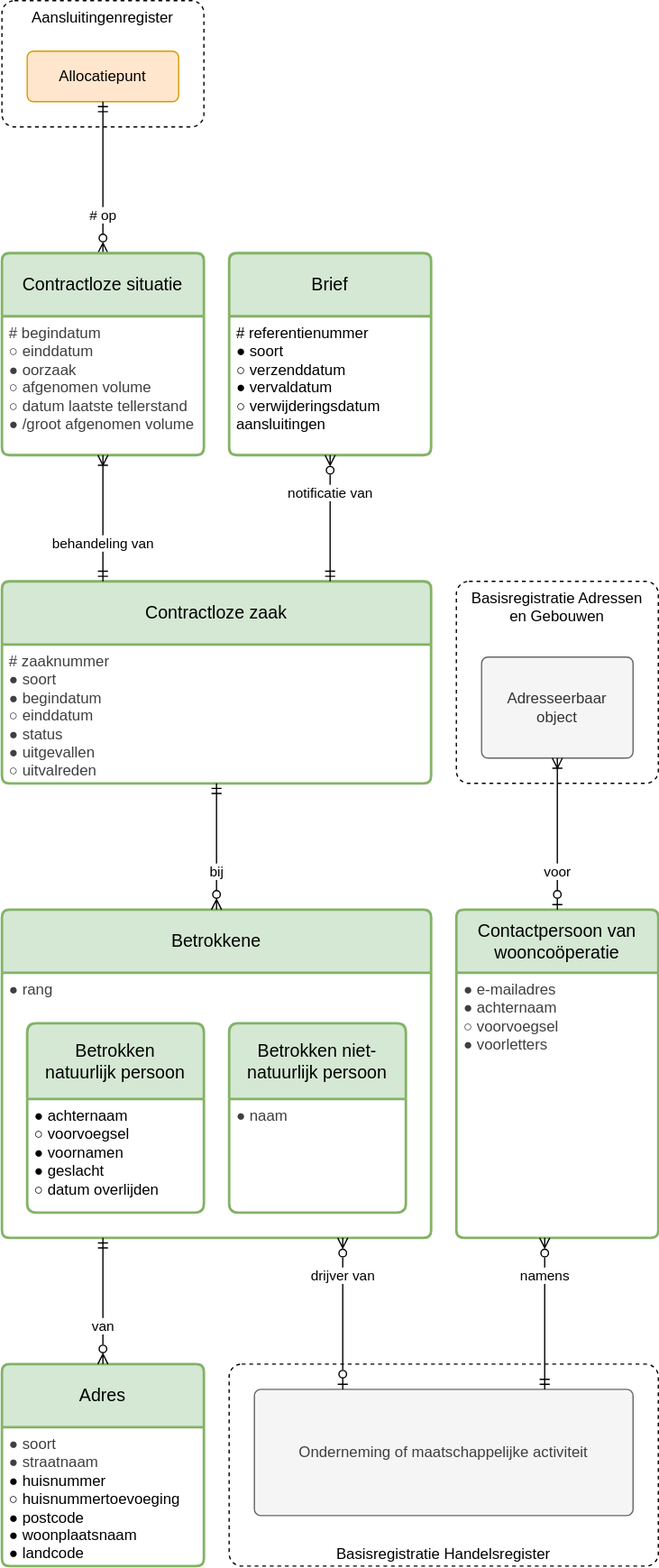
Netbeheer-Nederland/stelsel keeps this draw.io diagram as registers/contractloosregister/1.0/contractloosregister.drawio.svg. Above is the earlier version. Source tidied: cells renumbered, new cells last; positions are measured from the earlier drawing's top-left corner, leaving out a move shared by most shapes.
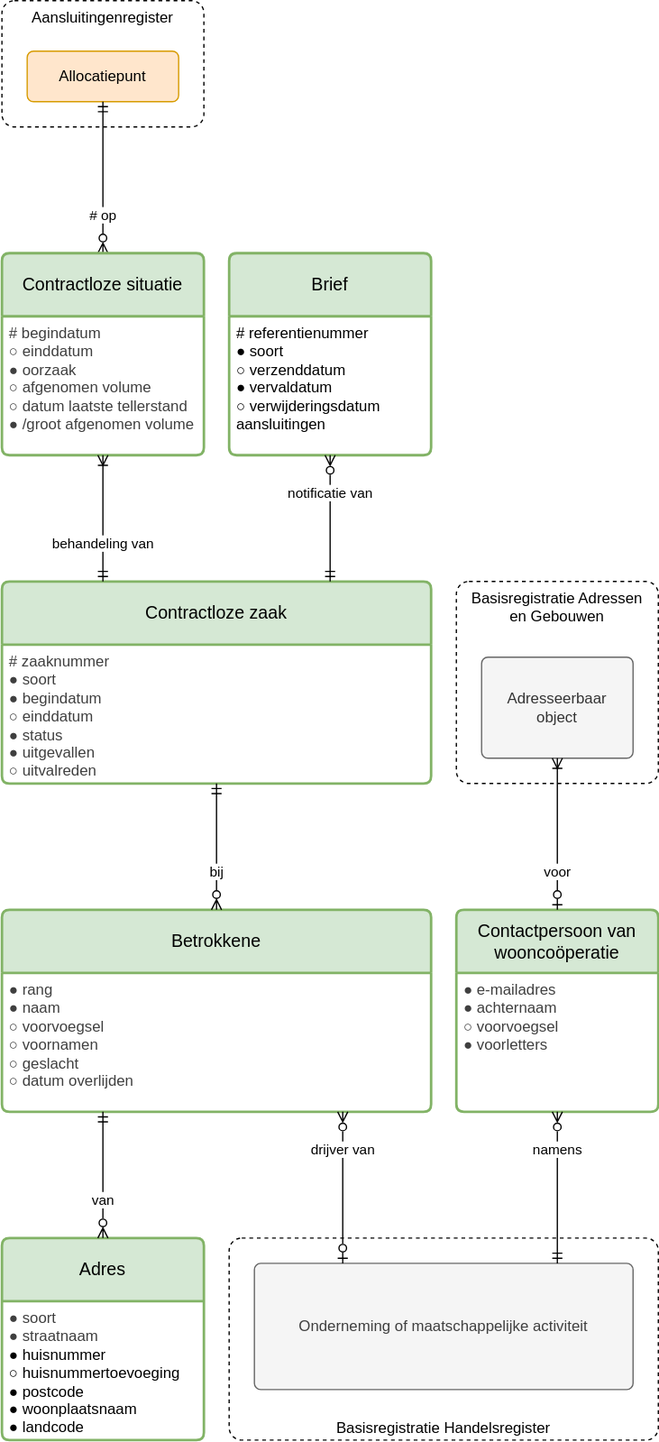
The same file after the commit.

Commit message:
vereenvoudiging contractloos

The edit, as a diff of the source:
```diff
@@ -30,16 +30,16 @@
       <mxGeometry x="-0.5" relative="1" as="geometry" />
     </mxCell>
     <mxCell id="11" value="Betrokkene" style="swimlane;horizontal=1;startSize=50;rounded=1;fontSize=14;fontStyle=0;strokeWidth=2;shadow=0;dashed=0;align=center;arcSize=4;whiteSpace=wrap;html=1;spacing=10;fillColor=#d5e8d4;strokeColor=#82b366;" parent="1" vertex="1">
-      <mxGeometry y="720" width="340" height="260" as="geometry" />
+      <mxGeometry y="720" width="340" height="160" as="geometry" />
     </mxCell>
-    <mxCell id="12" value="&lt;span style=&quot;color: rgb(63, 63, 63);&quot;&gt;● rang&lt;/span&gt;" style="align=left;strokeColor=none;fillColor=none;spacingLeft=4;fontSize=12;verticalAlign=top;html=1;" parent="11" vertex="1">
-      <mxGeometry y="50" width="340" height="210" as="geometry" />
+    <mxCell id="12" value="&lt;span style=&quot;color: rgb(63, 63, 63);&quot;&gt;● rang&lt;/span&gt;&lt;div&gt;&lt;span style=&quot;color: rgb(63, 63, 63);&quot;&gt;&lt;div style=&quot;color: rgb(63, 63, 63); scrollbar-color: rgb(226, 226, 226) rgb(251, 251, 251);&quot;&gt;&lt;font style=&quot;color: rgb(63, 63, 63); scrollbar-color: rgb(226, 226, 226) rgb(251, 251, 251);&quot;&gt;● naam&lt;/font&gt;&lt;/div&gt;&lt;div style=&quot;color: rgb(63, 63, 63); scrollbar-color: rgb(226, 226, 226) rgb(251, 251, 251);&quot;&gt;&lt;font style=&quot;color: rgb(63, 63, 63); scrollbar-color: rgb(226, 226, 226) rgb(251, 251, 251);&quot;&gt;○ voorvoegsel&lt;/font&gt;&lt;/div&gt;&lt;div style=&quot;color: rgb(63, 63, 63); scrollbar-color: rgb(226, 226, 226) rgb(251, 251, 251);&quot;&gt;&lt;span style=&quot;color: rgb(63, 63, 63); scrollbar-color: rgb(226, 226, 226) rgb(251, 251, 251); background-color: transparent;&quot;&gt;&lt;font style=&quot;color: rgb(63, 63, 63); scrollbar-color: rgb(226, 226, 226) rgb(251, 251, 251);&quot;&gt;&lt;span style=&quot;color: rgb(63, 63, 63); background-color: transparent;&quot;&gt;○&lt;/span&gt;&amp;nbsp;voornamen&lt;/font&gt;&lt;/span&gt;&lt;/div&gt;&lt;div style=&quot;color: rgb(63, 63, 63); scrollbar-color: rgb(226, 226, 226) rgb(251, 251, 251);&quot;&gt;&lt;font style=&quot;color: rgb(63, 63, 63); scrollbar-color: rgb(226, 226, 226) rgb(251, 251, 251);&quot;&gt;&lt;span style=&quot;color: rgb(63, 63, 63); background-color: transparent;&quot;&gt;○&lt;/span&gt;&amp;nbsp;geslacht&lt;/font&gt;&lt;/div&gt;&lt;div style=&quot;color: rgb(63, 63, 63); scrollbar-color: rgb(226, 226, 226) rgb(251, 251, 251);&quot;&gt;&lt;font style=&quot;color: rgb(63, 63, 63); scrollbar-color: rgb(226, 226, 226) rgb(251, 251, 251);&quot;&gt;○ datum overlijden&lt;/font&gt;&lt;/div&gt;&lt;/span&gt;&lt;/div&gt;" style="align=left;strokeColor=none;fillColor=none;spacingLeft=4;fontSize=12;verticalAlign=top;html=1;" parent="11" vertex="1">
+      <mxGeometry y="50" width="340" height="110" as="geometry" />
     </mxCell>
     <mxCell id="13" value="bij" style="endArrow=ERmandOne;html=1;edgeStyle=elbowEdgeStyle;endFill=0;startArrow=ERzeroToMany;startFill=0;align=center;fontColor=default;" parent="1" edge="1" source="11" target="3">
       <mxGeometry x="-0.4" relative="1" as="geometry" />
     </mxCell>
     <mxCell id="14" value="Adres" style="swimlane;horizontal=1;startSize=50;rounded=1;fontSize=14;fontStyle=0;strokeWidth=2;shadow=0;dashed=0;align=center;arcSize=4;whiteSpace=wrap;html=1;spacing=10;fillColor=#d5e8d4;strokeColor=#82b366;" parent="1" vertex="1">
-      <mxGeometry y="1080" width="160" height="160" as="geometry" />
+      <mxGeometry y="980" width="160" height="160" as="geometry" />
     </mxCell>
     <mxCell id="15" value="&lt;div&gt;&lt;span style=&quot;color: rgb(63, 63, 63); background-color: transparent;&quot;&gt;&lt;span style=&quot;color: rgb(63, 63, 63);&quot;&gt;● soort&lt;/span&gt;&lt;/span&gt;&lt;/div&gt;&lt;div&gt;&lt;span style=&quot;color: rgb(63, 63, 63); background-color: transparent;&quot;&gt;&lt;span style=&quot;color: rgb(63, 63, 63); background-color: transparent;&quot;&gt;●&lt;/span&gt;&amp;nbsp;straatnaam&lt;/span&gt;&lt;/div&gt;&lt;div&gt;&lt;font&gt;● huisnummer&lt;/font&gt;&lt;/div&gt;&lt;div&gt;&lt;font&gt;○ huisnummertoevoeging&lt;/font&gt;&lt;/div&gt;&lt;div&gt;&lt;font&gt;● postcode&lt;/font&gt;&lt;/div&gt;&lt;div&gt;&lt;font&gt;● woonplaatsnaam&lt;/font&gt;&lt;/div&gt;&lt;div&gt;&lt;font&gt;● landcode&lt;/font&gt;&lt;/div&gt;" style="align=left;strokeColor=none;fillColor=none;spacingLeft=4;fontSize=12;verticalAlign=top;html=1;" parent="14" vertex="1">
       <mxGeometry y="50" width="160" height="110" as="geometry" />
@@ -47,23 +47,11 @@
     <mxCell id="16" value="van" style="endArrow=ERmandOne;html=1;edgeStyle=elbowEdgeStyle;endFill=0;startArrow=ERzeroToMany;startFill=0;" parent="1" edge="1" source="14" target="11">
       <mxGeometry x="-0.4" relative="1" as="geometry" />
     </mxCell>
-    <mxCell id="17" value="Betrokken natuurlijk persoon" style="swimlane;horizontal=1;startSize=60;rounded=1;fontSize=14;fontStyle=0;strokeWidth=2;shadow=0;dashed=0;align=center;arcSize=4;whiteSpace=wrap;html=1;spacing=10;fillColor=#d5e8d4;strokeColor=#82b366;" parent="1" vertex="1">
-      <mxGeometry x="20" y="810" width="140" height="150" as="geometry" />
-    </mxCell>
-    <mxCell id="18" value="&lt;div&gt;&lt;font&gt;● achternaam&lt;/font&gt;&lt;/div&gt;&lt;div&gt;&lt;font&gt;○ voorvoegsel&lt;/font&gt;&lt;/div&gt;&lt;div&gt;&lt;span style=&quot;background-color: transparent;&quot;&gt;&lt;font&gt;● voornamen&lt;/font&gt;&lt;/span&gt;&lt;/div&gt;&lt;div&gt;&lt;font&gt;● geslacht&lt;/font&gt;&lt;/div&gt;&lt;div&gt;&lt;font&gt;○ datum overlijden&lt;/font&gt;&lt;/div&gt;" style="align=left;strokeColor=none;fillColor=none;spacingLeft=4;fontSize=12;verticalAlign=top;html=1;" parent="17" vertex="1">
-      <mxGeometry y="60" width="140" height="90" as="geometry" />
-    </mxCell>
-    <mxCell id="19" value="Betrokken niet-natuurlijk persoon" style="swimlane;horizontal=1;startSize=60;rounded=1;fontSize=14;fontStyle=0;strokeWidth=2;shadow=0;dashed=0;align=center;arcSize=4;whiteSpace=wrap;html=1;spacing=10;fillColor=#d5e8d4;strokeColor=#82b366;" parent="1" vertex="1">
-      <mxGeometry x="180" y="810" width="140" height="150" as="geometry" />
-    </mxCell>
-    <mxCell id="20" value="&lt;span style=&quot;color: rgb(63, 63, 63);&quot;&gt;● naam&lt;/span&gt;" style="align=left;strokeColor=none;fillColor=none;spacingLeft=4;fontSize=12;verticalAlign=top;html=1;" parent="19" vertex="1">
-      <mxGeometry y="60" width="140" height="90" as="geometry" />
-    </mxCell>
     <mxCell id="21" value="Basisregistratie Handelsregister" style="rounded=1;whiteSpace=wrap;html=1;absoluteArcSize=1;dashed=1;fillColor=default;verticalAlign=bottom;spacingLeft=10;spacingRight=10;" parent="1" vertex="1">
-      <mxGeometry x="180" y="1080" width="340" height="160" as="geometry" />
+      <mxGeometry x="180" y="980" width="340" height="160" as="geometry" />
     </mxCell>
     <mxCell id="22" value="&lt;div&gt;&lt;span style=&quot;color: rgb(63, 63, 63); background-color: transparent;&quot;&gt;Onderneming of maatschappelijke activiteit&lt;/span&gt;&lt;/div&gt;" style="rounded=1;arcSize=10;whiteSpace=wrap;html=1;align=center;absoluteArcSize=1;spacing=10;fillColor=#f5f5f5;strokeColor=#666666;fontColor=#333333;" parent="1" vertex="1">
-      <mxGeometry x="200" y="1100" width="300" height="100" as="geometry" />
+      <mxGeometry x="200" y="1000" width="300" height="100" as="geometry" />
     </mxCell>
     <mxCell id="23" value="drijver van" style="endArrow=ERzeroToOne;html=1;edgeStyle=elbowEdgeStyle;endFill=0;startArrow=ERzeroToMany;startFill=0;align=center;" parent="1" edge="1" source="11" target="22">
       <mxGeometry x="-0.5" relative="1" as="geometry" />
@@ -81,15 +69,15 @@
       <mxGeometry x="380" y="520" width="120" height="80" as="geometry" />
     </mxCell>
     <mxCell id="28" value="Contactpersoon van wooncoöperatie" style="swimlane;horizontal=1;startSize=50;rounded=1;fontSize=14;fontStyle=0;strokeWidth=2;shadow=0;dashed=0;align=center;arcSize=4;whiteSpace=wrap;html=1;spacing=10;fillColor=#d5e8d4;strokeColor=#82b366;" parent="1" vertex="1">
-      <mxGeometry x="360" y="720" width="160" height="260" as="geometry" />
+      <mxGeometry x="360" y="720" width="160" height="160" as="geometry" />
     </mxCell>
     <mxCell id="29" value="&lt;div style=&quot;color: rgb(63, 63, 63); scrollbar-color: rgb(226, 226, 226) rgb(251, 251, 251);&quot;&gt;&lt;span style=&quot;color: rgb(63, 63, 63);&quot;&gt;● e-mailadres&lt;/span&gt;&lt;/div&gt;&lt;div style=&quot;color: rgb(63, 63, 63); scrollbar-color: rgb(226, 226, 226) rgb(251, 251, 251);&quot;&gt;● achternaam&lt;/div&gt;&lt;div style=&quot;color: rgb(63, 63, 63); scrollbar-color: rgb(226, 226, 226) rgb(251, 251, 251);&quot;&gt;○ voorvoegsel&lt;/div&gt;&lt;div style=&quot;color: rgb(63, 63, 63); scrollbar-color: rgb(226, 226, 226) rgb(251, 251, 251);&quot;&gt;&lt;span style=&quot;color: rgb(63, 63, 63); background-color: transparent;&quot;&gt;●&lt;/span&gt;&amp;nbsp;voorletters&lt;/div&gt;" style="align=left;strokeColor=none;fillColor=none;spacingLeft=4;fontSize=12;verticalAlign=top;html=1;" parent="28" vertex="1">
-      <mxGeometry y="50" width="160" height="210" as="geometry" />
+      <mxGeometry y="50" width="160" height="110" as="geometry" />
     </mxCell>
     <mxCell id="30" value="voor" style="endArrow=ERoneToMany;html=1;edgeStyle=elbowEdgeStyle;endFill=0;startArrow=ERzeroToOne;startFill=0;align=center;" parent="1" edge="1" source="28" target="27">
       <mxGeometry x="-0.5" relative="1" as="geometry" />
     </mxCell>
-    <mxCell id="31" value="namens" style="endArrow=ERmandOne;html=1;endFill=0;startArrow=ERzeroToMany;startFill=0;align=center;edgeStyle=elbowEdgeStyle;" parent="1" edge="1" source="28" target="22">
+    <mxCell id="31" value="namens" style="endArrow=ERmandOne;html=1;endFill=0;startArrow=ERzeroToMany;startFill=0;align=center;edgeStyle=elbowEdgeStyle;exitX=0.5;exitY=1;exitDx=0;exitDy=0;" parent="1" edge="1" source="29" target="22">
       <mxGeometry x="-0.5" relative="1" as="geometry" />
     </mxCell>
   </root>
```
